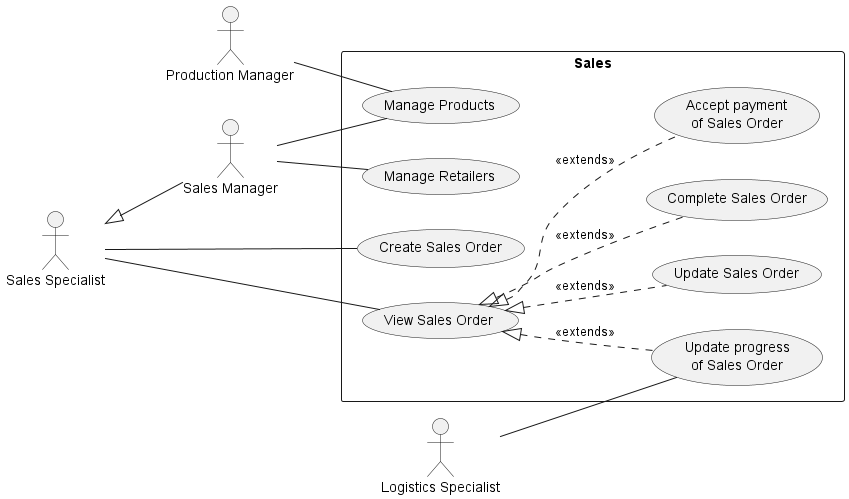
Above: use-cases/Sales.png in phihungha/scmss-reqs (PlantUML), before the change.
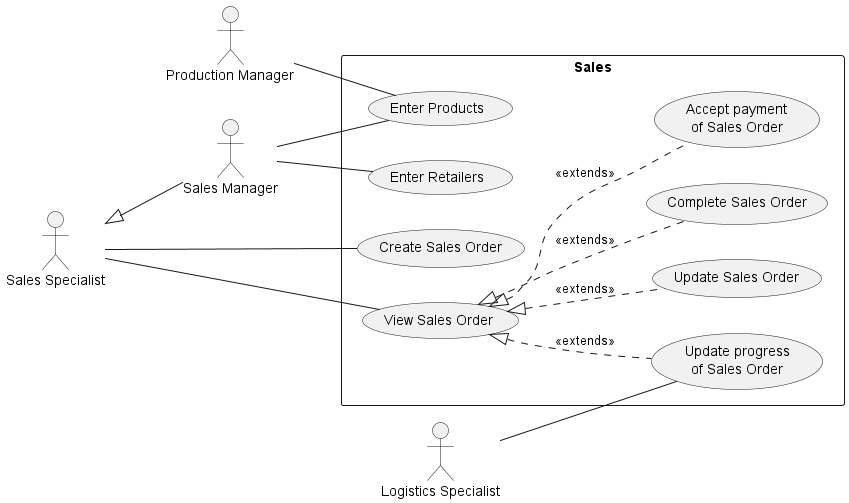
After the commit.

Diff of the diagram source:
```diff
@@ -19,8 +19,8 @@
     (View Sales Order) <|.. (Complete Sales Order) : <<extends>>
     (View Sales Order) <|.. (Accept payment\nof Sales Order) : <<extends>>
 
-    pm -- (Manage Products)
-    sm -- (Manage Products)
-    sm -- (Manage Retailers)
+    pm -- (Enter Products)
+    sm -- (Enter Products)
+    sm -- (Enter Retailers)
 }
 @enduml
```
